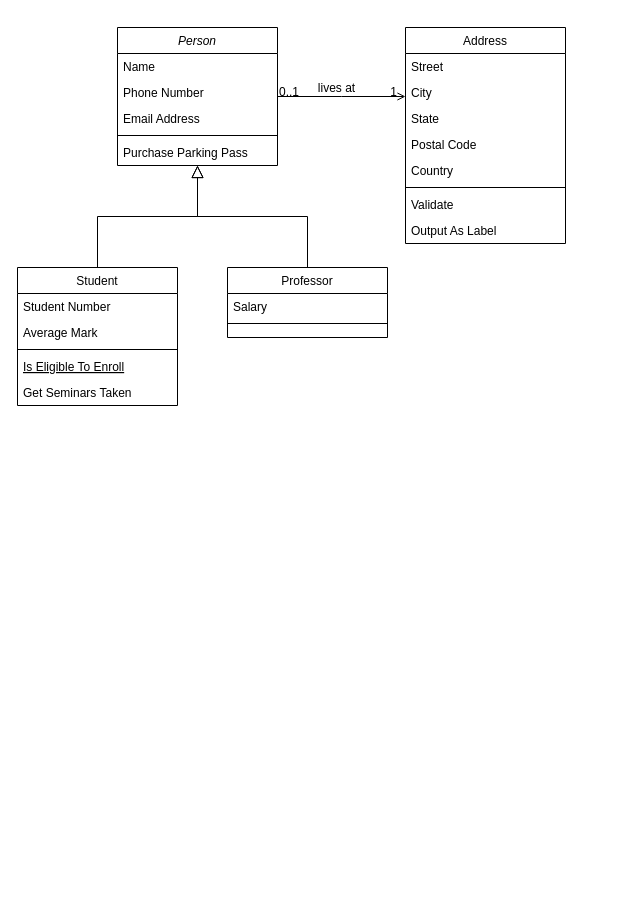
Earlier version of the draw.io diagram lab3.drawio (Mojtabarezaei4/test). Source tidied: cells renumbered, new cells numbered last; positions are measured from the earlier drawing's top-left corner, leaving out a move shared by most shapes. Both pictures are drawn from the tidied source at 100%, with x=0, y=0 at pixel (17, 27).
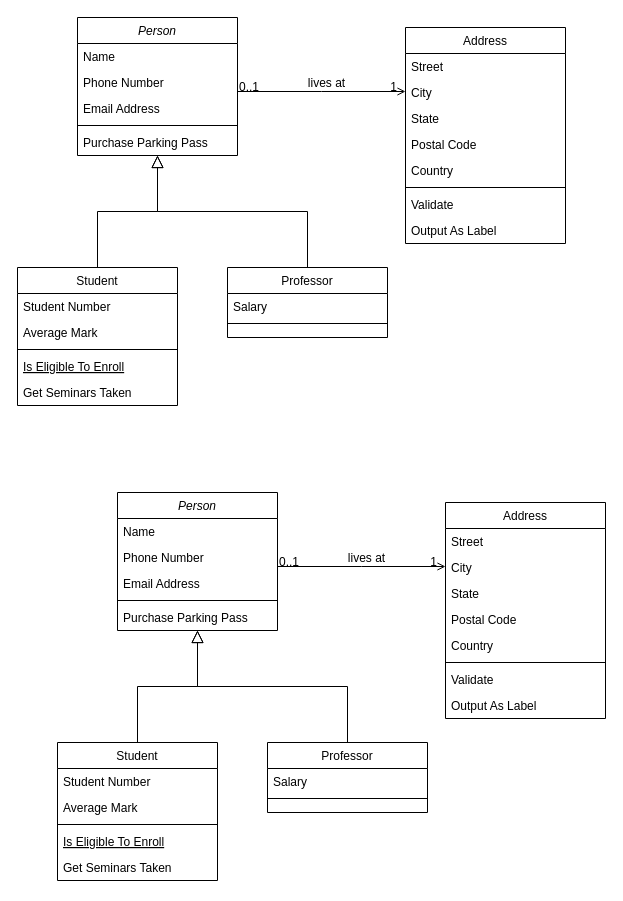
After the change.

The edit, as a diff of the source:
```diff
@@
     <mxCell id="2" value="Person" style="swimlane;fontStyle=2;align=center;verticalAlign=top;horizontal=1;startSize=26;rounded=0;shadow=0;strokeWidth=1;" parent="1" vertex="1">
-      <mxGeometry x="100" width="160" height="138" as="geometry" />
+      <mxGeometry x="60" y="-10" width="160" height="138" as="geometry" />
     </mxCell>
@@
+    <mxCell id="32" value="Person" style="swimlane;fontStyle=2;align=center;verticalAlign=top;horizontal=1;startSize=26;rounded=0;shadow=0;strokeWidth=1;" parent="1" vertex="1">
+      <mxGeometry x="100" y="465" width="160" height="138" as="geometry" />
+    </mxCell>
+    <mxCell id="33" value="Name" style="text;align=left;verticalAlign=top;spacingLeft=4;spacingRight=4;overflow=hidden;" parent="32" vertex="1">
+      <mxGeometry y="26" width="160" height="26" as="geometry" />
+    </mxCell>
+    <mxCell id="34" value="Phone Number" style="text;align=left;verticalAlign=top;spacingLeft=4;spacingRight=4;overflow=hidden;rounded=0;shadow=0;html=0;" parent="32" vertex="1">
+      <mxGeometry y="52" width="160" height="26" as="geometry" />
+    </mxCell>
+    <mxCell id="35" value="Email Address" style="text;align=left;verticalAlign=top;spacingLeft=4;spacingRight=4;overflow=hidden;rounded=0;shadow=0;html=0;" parent="32" vertex="1">
+      <mxGeometry y="78" width="160" height="26" as="geometry" />
+    </mxCell>
+    <mxCell id="36" style="line;html=1;strokeWidth=1;align=left;verticalAlign=middle;spacingTop=-1;spacingLeft=3;spacingRight=3;labelPosition=right;" parent="32" vertex="1">
+      <mxGeometry y="104" width="160" height="8" as="geometry" />
+    </mxCell>
+    <mxCell id="37" value="Purchase Parking Pass" style="text;align=left;verticalAlign=top;spacingLeft=4;spacingRight=4;overflow=hidden;" parent="32" vertex="1">
+      <mxGeometry y="112" width="160" height="26" as="geometry" />
+    </mxCell>
+    <mxCell id="38" value="Student" style="swimlane;fontStyle=0;align=center;verticalAlign=top;horizontal=1;startSize=26;rounded=0;shadow=0;strokeWidth=1;" parent="1" vertex="1">
+      <mxGeometry x="40" y="715" width="160" height="138" as="geometry" />
+    </mxCell>
+    <mxCell id="39" value="Student Number" style="text;align=left;verticalAlign=top;spacingLeft=4;spacingRight=4;overflow=hidden;" parent="38" vertex="1">
+      <mxGeometry y="26" width="160" height="26" as="geometry" />
+    </mxCell>
+    <mxCell id="40" value="Average Mark" style="text;align=left;verticalAlign=top;spacingLeft=4;spacingRight=4;overflow=hidden;rounded=0;shadow=0;html=0;" parent="38" vertex="1">
+      <mxGeometry y="52" width="160" height="26" as="geometry" />
+    </mxCell>
+    <mxCell id="41" style="line;html=1;strokeWidth=1;align=left;verticalAlign=middle;spacingTop=-1;spacingLeft=3;spacingRight=3;labelPosition=right;" parent="38" vertex="1">
+      <mxGeometry y="78" width="160" height="8" as="geometry" />
+    </mxCell>
+    <mxCell id="42" value="Is Eligible To Enroll" style="text;align=left;verticalAlign=top;spacingLeft=4;spacingRight=4;overflow=hidden;fontStyle=4;" parent="38" vertex="1">
+      <mxGeometry y="86" width="160" height="26" as="geometry" />
+    </mxCell>
+    <mxCell id="43" value="Get Seminars Taken" style="text;align=left;verticalAlign=top;spacingLeft=4;spacingRight=4;overflow=hidden;" parent="38" vertex="1">
+      <mxGeometry y="112" width="160" height="26" as="geometry" />
+    </mxCell>
+    <mxCell id="44" style="endArrow=block;endSize=10;endFill=0;shadow=0;strokeWidth=1;rounded=0;edgeStyle=elbowEdgeStyle;elbow=vertical;" parent="1" edge="1" source="38" target="32">
+      <mxGeometry relative="1" as="geometry" />
+    </mxCell>
+    <mxCell id="45" value="Professor" style="swimlane;fontStyle=0;align=center;verticalAlign=top;horizontal=1;startSize=26;rounded=0;shadow=0;strokeWidth=1;" parent="1" vertex="1">
+      <mxGeometry x="250" y="715" width="160" height="70" as="geometry" />
+    </mxCell>
+    <mxCell id="46" value="Salary" style="text;align=left;verticalAlign=top;spacingLeft=4;spacingRight=4;overflow=hidden;" parent="45" vertex="1">
+      <mxGeometry y="26" width="160" height="26" as="geometry" />
+    </mxCell>
+    <mxCell id="47" style="line;html=1;strokeWidth=1;align=left;verticalAlign=middle;spacingTop=-1;spacingLeft=3;spacingRight=3;labelPosition=right;" parent="45" vertex="1">
+      <mxGeometry y="52" width="160" height="8" as="geometry" />
+    </mxCell>
+    <mxCell id="48" style="endArrow=block;endSize=10;endFill=0;shadow=0;strokeWidth=1;rounded=0;edgeStyle=elbowEdgeStyle;elbow=vertical;" parent="1" edge="1" source="45" target="32">
+      <mxGeometry relative="1" as="geometry" />
+    </mxCell>
+    <mxCell id="49" value="Address" style="swimlane;fontStyle=0;align=center;verticalAlign=top;horizontal=1;startSize=26;rounded=0;shadow=0;strokeWidth=1;" parent="1" vertex="1">
+      <mxGeometry x="428" y="475" width="160" height="216" as="geometry" />
+    </mxCell>
+    <mxCell id="50" value="Street" style="text;align=left;verticalAlign=top;spacingLeft=4;spacingRight=4;overflow=hidden;" parent="49" vertex="1">
+      <mxGeometry y="26" width="160" height="26" as="geometry" />
+    </mxCell>
+    <mxCell id="51" value="City" style="text;align=left;verticalAlign=top;spacingLeft=4;spacingRight=4;overflow=hidden;rounded=0;shadow=0;html=0;" parent="49" vertex="1">
+      <mxGeometry y="52" width="160" height="26" as="geometry" />
+    </mxCell>
+    <mxCell id="52" value="State" style="text;align=left;verticalAlign=top;spacingLeft=4;spacingRight=4;overflow=hidden;rounded=0;shadow=0;html=0;" parent="49" vertex="1">
+      <mxGeometry y="78" width="160" height="26" as="geometry" />
+    </mxCell>
+    <mxCell id="53" value="Postal Code" style="text;align=left;verticalAlign=top;spacingLeft=4;spacingRight=4;overflow=hidden;rounded=0;shadow=0;html=0;" parent="49" vertex="1">
+      <mxGeometry y="104" width="160" height="26" as="geometry" />
+    </mxCell>
+    <mxCell id="54" value="Country" style="text;align=left;verticalAlign=top;spacingLeft=4;spacingRight=4;overflow=hidden;rounded=0;shadow=0;html=0;" parent="49" vertex="1">
+      <mxGeometry y="130" width="160" height="26" as="geometry" />
+    </mxCell>
+    <mxCell id="55" style="line;html=1;strokeWidth=1;align=left;verticalAlign=middle;spacingTop=-1;spacingLeft=3;spacingRight=3;labelPosition=right;" parent="49" vertex="1">
+      <mxGeometry y="156" width="160" height="8" as="geometry" />
+    </mxCell>
+    <mxCell id="56" value="Validate" style="text;align=left;verticalAlign=top;spacingLeft=4;spacingRight=4;overflow=hidden;" parent="49" vertex="1">
+      <mxGeometry y="164" width="160" height="26" as="geometry" />
+    </mxCell>
+    <mxCell id="57" value="Output As Label" style="text;align=left;verticalAlign=top;spacingLeft=4;spacingRight=4;overflow=hidden;" parent="49" vertex="1">
+      <mxGeometry y="190" width="160" height="26" as="geometry" />
+    </mxCell>
+    <mxCell id="58" style="endArrow=open;shadow=0;strokeWidth=1;rounded=0;endFill=1;edgeStyle=elbowEdgeStyle;elbow=vertical;" parent="1" edge="1" source="32" target="49">
+      <mxGeometry x="0.5" y="41" relative="1" as="geometry">
+        <mxPoint x="-40" y="32" as="offset" />
+      </mxGeometry>
+    </mxCell>
+    <mxCell id="59" value="0..1" style="align=left;verticalAlign=bottom;labelBackgroundColor=none;fontSize=12;" parent="58" vertex="1">
+      <mxGeometry x="-1" relative="1" as="geometry">
+        <mxPoint y="4" as="offset" />
+      </mxGeometry>
+    </mxCell>
+    <mxCell id="60" value="1" style="align=right;verticalAlign=bottom;labelBackgroundColor=none;fontSize=12;" parent="58" vertex="1">
+      <mxGeometry x="1" relative="1" as="geometry">
+        <mxPoint x="-7" y="4" as="offset" />
+      </mxGeometry>
+    </mxCell>
+    <mxCell id="61" value="lives at" style="text;html=1;align=center;verticalAlign=middle;labelBackgroundColor=none;rounded=0;shadow=0;strokeWidth=1;fontSize=12;" parent="58" vertex="1">
+      <mxGeometry x="0.5" y="49" relative="1" as="geometry">
+        <mxPoint x="-38" y="40" as="offset" />
+      </mxGeometry>
+    </mxCell>
```
